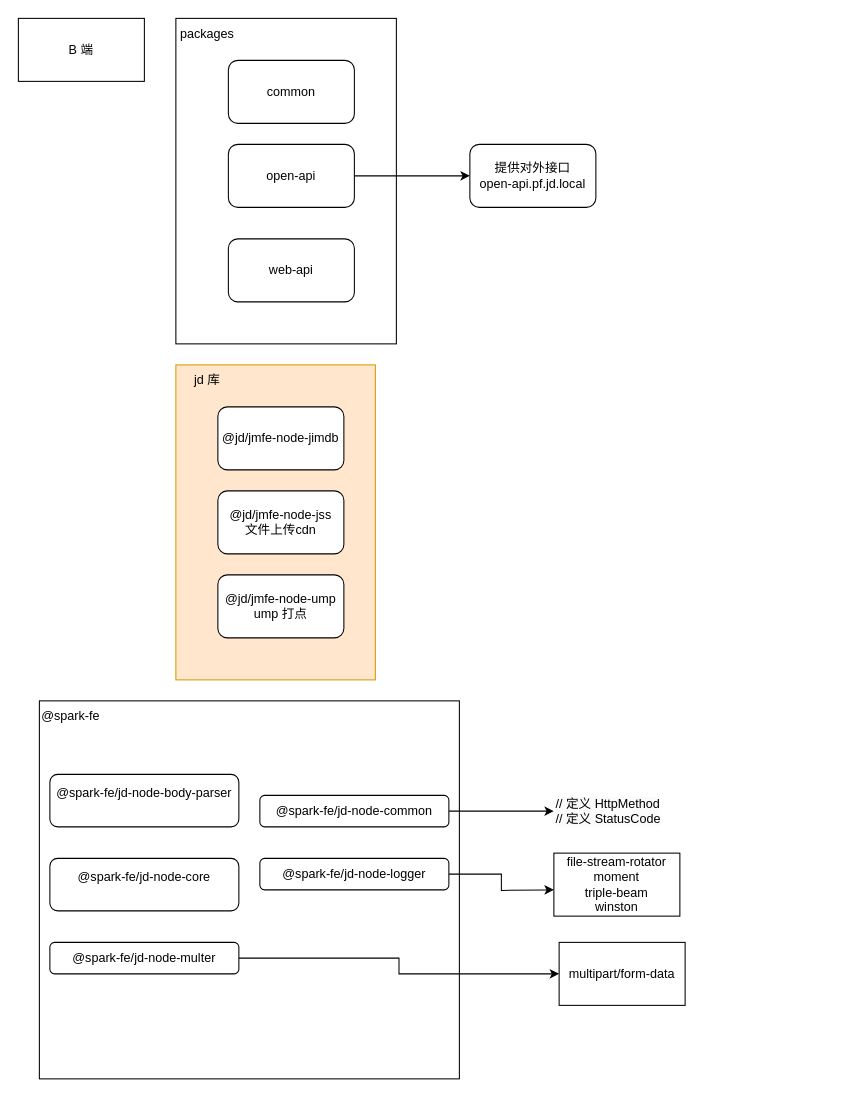
Above: pb.drawio in changweijie/changweijie.github.io (draw.io), before the change. Source tidied: cells renumbered, new cells numbered last; positions are measured from the earlier drawing's top-left corner, leaving out a move shared by most shapes. Both pictures are drawn from the tidied source at 105%, with x=0, y=0 at pixel (18, 18).
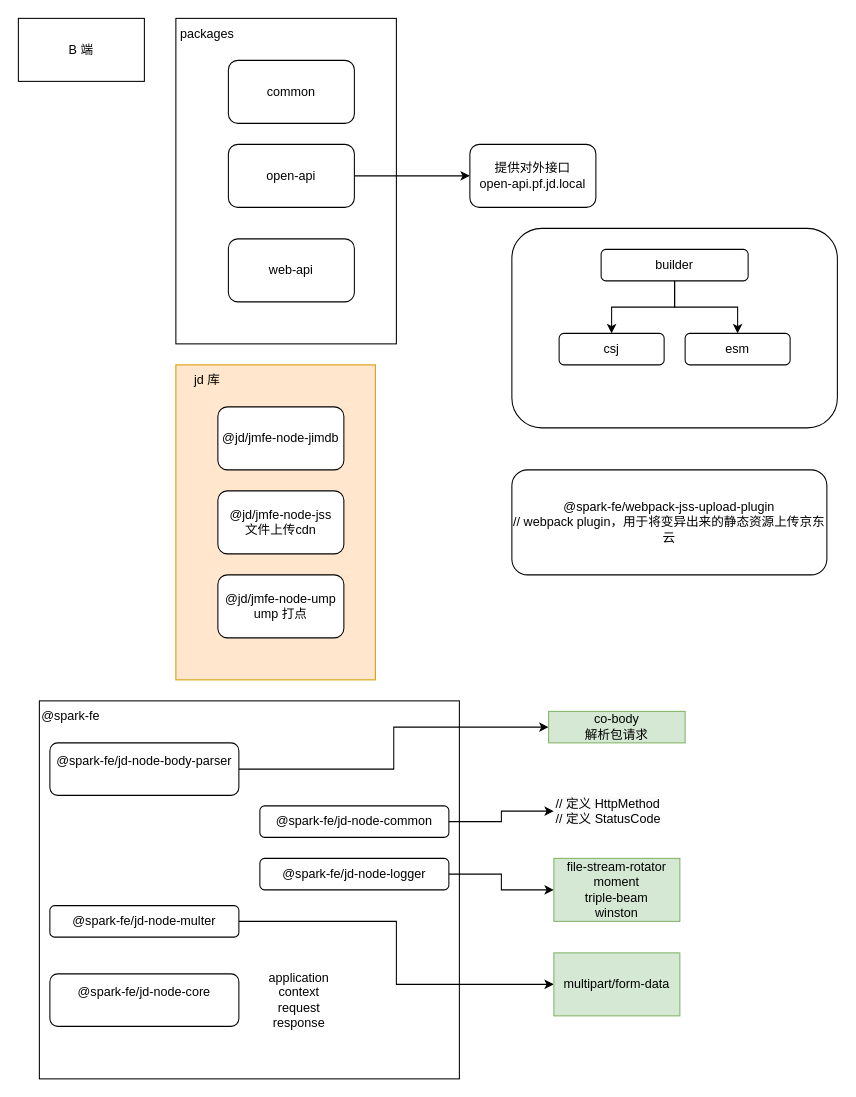
The same page after the edit.

Unchanged cells that the change refers to:
```xml
<mxCell id="22" value="@spark-fe/jd-node-logger" style="rounded=1;whiteSpace=wrap;html=1;" parent="1" vertex="1">
  <mxGeometry x="230" y="800" width="180" height="30" as="geometry" />
</mxCell>
```

Change to the diagram source:
```diff
@@
+    <mxCell id="29" style="edgeStyle=orthogonalEdgeStyle;rounded=0;jettySize=auto;html=1;" parent="1" edge="1" source="17" target="30">
+      <mxGeometry relative="1" as="geometry" />
+    </mxCell>
     <mxCell id="17" value="@spark-fe/jd-node-body-parser&lt;div&gt;&lt;br/&gt;&lt;/div&gt;" style="rounded=1;whiteSpace=wrap;html=1;" parent="1" vertex="1">
-      <mxGeometry x="30" y="720" width="180" height="50" as="geometry" />
+      <mxGeometry x="30" y="690" width="180" height="50" as="geometry" />
     </mxCell>
@@
     <mxCell id="19" value="@spark-fe/jd-node-common" style="rounded=1;whiteSpace=wrap;html=1;" parent="1" vertex="1">
-      <mxGeometry x="230" y="740" width="180" height="30" as="geometry" />
+      <mxGeometry x="230" y="750" width="180" height="30" as="geometry" />
     </mxCell>
     <mxCell id="20" value="@spark-fe/jd-node-core&lt;div&gt;&lt;br/&gt;&lt;/div&gt;" style="rounded=1;whiteSpace=wrap;html=1;" parent="1" vertex="1">
-      <mxGeometry x="30" y="800" width="180" height="50" as="geometry" />
+      <mxGeometry x="30" y="910" width="180" height="50" as="geometry" />
     </mxCell>
-    <mxCell id="21" style="edgeStyle=orthogonalEdgeStyle;rounded=0;jettySize=auto;html=1;exitX=1;exitY=0.5;exitDx=0;exitDy=0;" parent="1" edge="1" source="22">
-      <mxGeometry relative="1" as="geometry">
-        <mxPoint x="510" y="830" as="targetPoint" />
-      </mxGeometry>
+    <mxCell id="21" style="edgeStyle=orthogonalEdgeStyle;rounded=0;jettySize=auto;html=1;exitX=1;exitY=0.5;exitDx=0;exitDy=0;entryX=0;entryY=0.5;entryDx=0;entryDy=0;" parent="1" edge="1" source="22" target="27">
+      <mxGeometry relative="1" as="geometry" />
     </mxCell>
@@
     <mxCell id="24" value="@spark-fe/jd-node-multer" style="rounded=1;whiteSpace=wrap;html=1;" parent="1" vertex="1">
-      <mxGeometry x="30" y="880" width="180" height="30" as="geometry" />
+      <mxGeometry x="30" y="845" width="180" height="30" as="geometry" />
     </mxCell>
@@
-    <mxCell id="27" value="file-stream-rotator&lt;br&gt;moment&lt;br&gt;triple-beam&lt;br&gt;winston" style="rounded=0;whiteSpace=wrap;html=1;" parent="1" vertex="1">
-      <mxGeometry x="510" y="795" width="120" height="60" as="geometry" />
+    <mxCell id="27" value="file-stream-rotator&lt;br&gt;moment&lt;br&gt;triple-beam&lt;br&gt;winston" style="rounded=0;whiteSpace=wrap;html=1;fillColor=#d5e8d4;strokeColor=#82b366;" parent="1" vertex="1">
+      <mxGeometry x="510" y="800" width="120" height="60" as="geometry" />
     </mxCell>
-    <mxCell id="28" value="multipart/form-data" style="rounded=0;whiteSpace=wrap;html=1;" parent="1" vertex="1">
-      <mxGeometry x="515" y="880" width="120" height="60" as="geometry" />
+    <mxCell id="28" value="multipart/form-data" style="rounded=0;whiteSpace=wrap;html=1;fillColor=#d5e8d4;strokeColor=#82b366;" parent="1" vertex="1">
+      <mxGeometry x="510" y="890" width="120" height="60" as="geometry" />
     </mxCell>
+    <mxCell id="30" value="co-body&lt;br&gt;解析包请求" style="text;html=1;align=center;verticalAlign=middle;whiteSpace=wrap;rounded=0;fillColor=#d5e8d4;strokeColor=#82b366;" parent="1" vertex="1">
+      <mxGeometry x="505" y="660" width="130" height="30" as="geometry" />
+    </mxCell>
+    <mxCell id="31" value="application&lt;br&gt;context&lt;br&gt;request&lt;br&gt;response" style="text;html=1;align=center;verticalAlign=middle;whiteSpace=wrap;rounded=0;" parent="1" vertex="1">
+      <mxGeometry x="225" y="910" width="85" height="50" as="geometry" />
+    </mxCell>
+    <mxCell id="32" style="rounded=1;whiteSpace=wrap;html=1;" parent="1" vertex="1">
+      <mxGeometry x="470" y="200" width="310" height="190" as="geometry" />
+    </mxCell>
+    <mxCell id="33" style="edgeStyle=orthogonalEdgeStyle;rounded=0;jettySize=auto;html=1;exitX=0.5;exitY=1;exitDx=0;exitDy=0;" parent="1" edge="1" source="35" target="36">
+      <mxGeometry relative="1" as="geometry" />
+    </mxCell>
+    <mxCell id="34" style="edgeStyle=orthogonalEdgeStyle;rounded=0;jettySize=auto;html=1;exitX=0.5;exitY=1;exitDx=0;exitDy=0;entryX=0.5;entryY=0;entryDx=0;entryDy=0;" parent="1" edge="1" source="35" target="37">
+      <mxGeometry relative="1" as="geometry" />
+    </mxCell>
+    <mxCell id="35" value="builder" style="rounded=1;whiteSpace=wrap;html=1;" parent="1" vertex="1">
+      <mxGeometry x="555" y="220" width="140" height="30" as="geometry" />
+    </mxCell>
+    <mxCell id="36" value="csj" style="rounded=1;whiteSpace=wrap;html=1;" parent="1" vertex="1">
+      <mxGeometry x="515" y="300" width="100" height="30" as="geometry" />
+    </mxCell>
+    <mxCell id="37" value="esm" style="rounded=1;whiteSpace=wrap;html=1;" parent="1" vertex="1">
+      <mxGeometry x="635" y="300" width="100" height="30" as="geometry" />
+    </mxCell>
+    <mxCell id="38" value="@spark-fe/webpack-jss-upload-plugin&lt;br&gt;// webpack plugin，用于将变异出来的静态资源上传京东云" style="rounded=1;whiteSpace=wrap;html=1;" parent="1" vertex="1">
+      <mxGeometry x="470" y="430" width="300" height="100" as="geometry" />
+    </mxCell>
```
